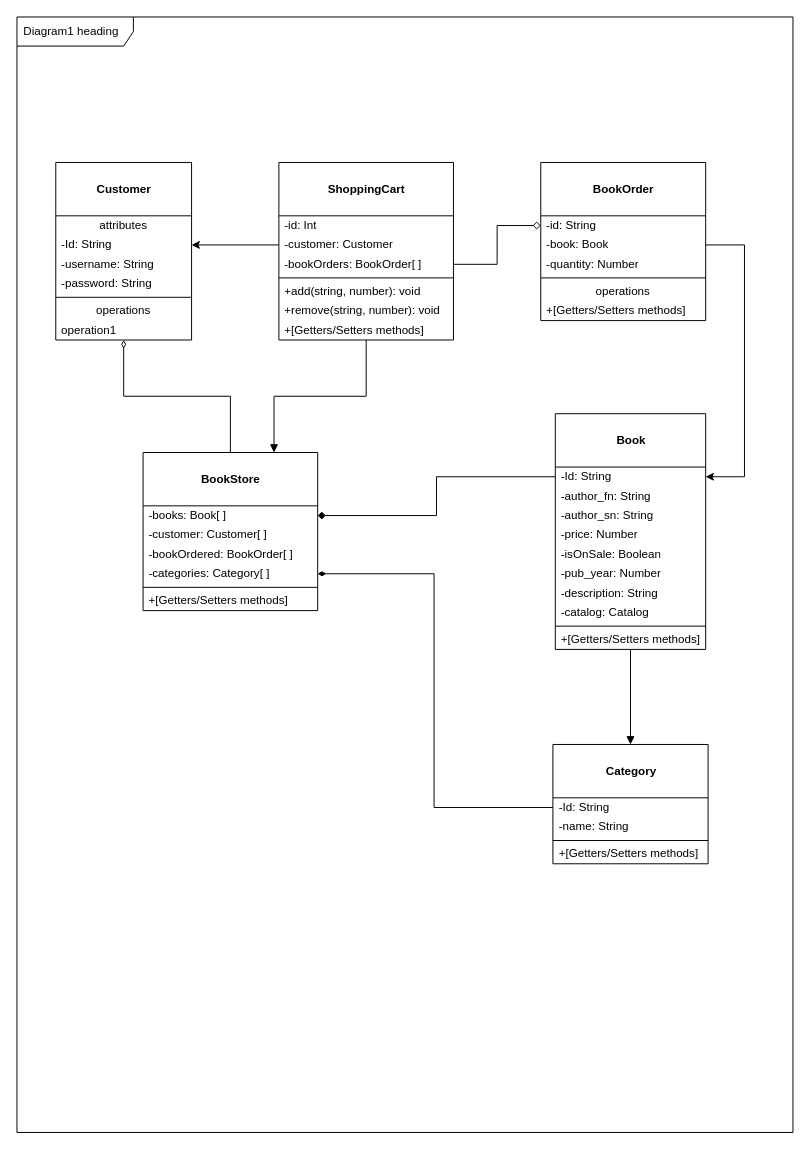
Before: page "Class Diagram" (3 of 3) of assignment_01/assignment_01.drawio in DrZIn-dev/SAD-Assignments, a draw.io diagram. Source tidied: cells renumbered, new cells numbered last; positions are measured from the earlier drawing's top-left corner, leaving out a move shared by most shapes. Both pictures are drawn from the tidied source at 97%, with x=0, y=0 at pixel (16, 16).
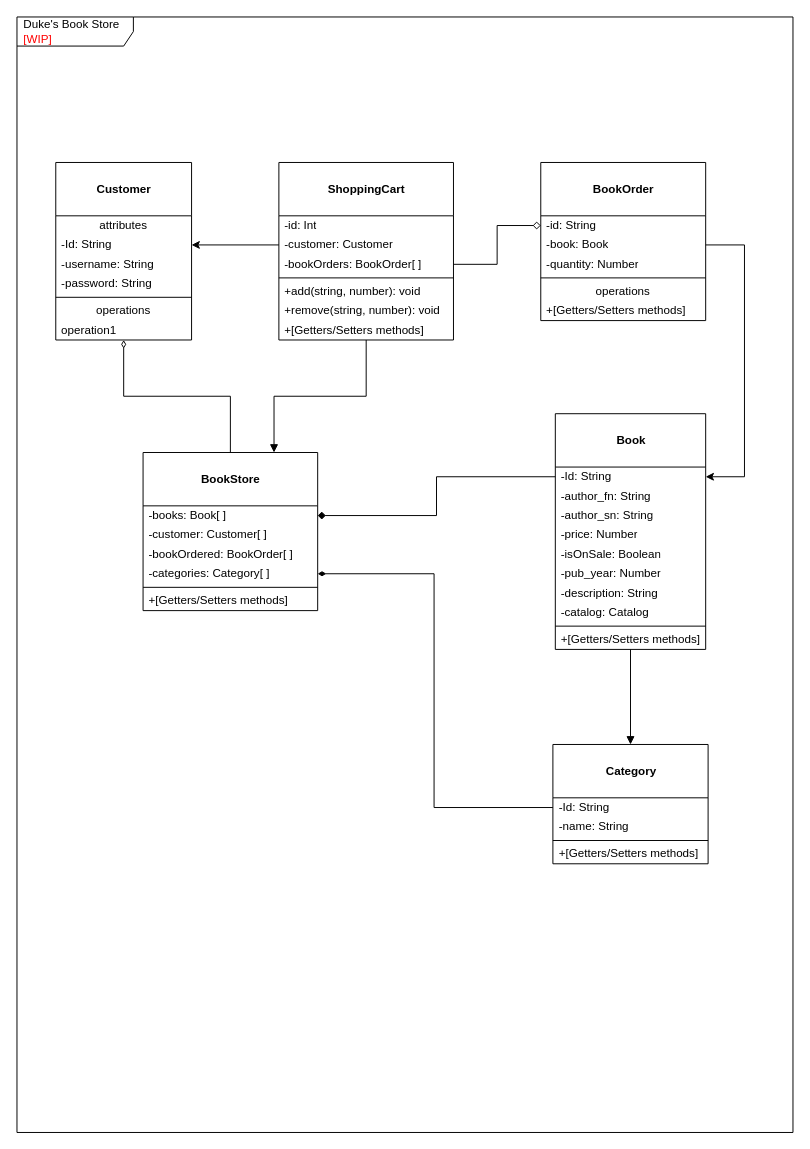
The same page after the edit.

The edit, as a diff of the source:
```diff
@@
-    <mxCell id="2" value="Diagram1 heading" style="shape=umlFrame;whiteSpace=wrap;html=1;width=120;height=30;boundedLbl=1;verticalAlign=middle;align=left;spacingLeft=5;" parent="1" vertex="1">
+    <mxCell id="2" value="Duke's Book Store &lt;font color=&quot;#ff0000&quot;&gt;[WIP]&lt;/font&gt;" style="shape=umlFrame;whiteSpace=wrap;html=1;width=120;height=30;boundedLbl=1;verticalAlign=middle;align=left;spacingLeft=5;" parent="1" vertex="1">
       <mxGeometry width="800" height="1150" as="geometry" />
     </mxCell>
```
